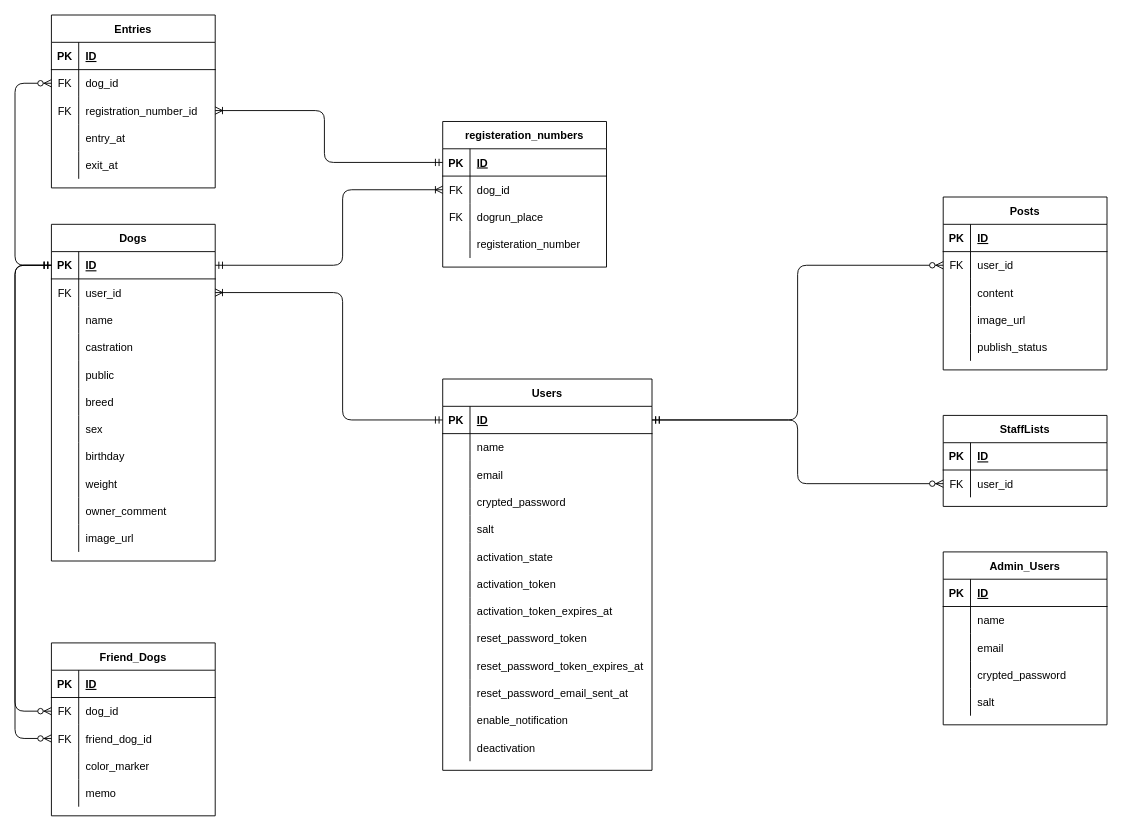
Earlier version of the draw.io diagram ER_diagram.drawio (Kedaruma-Bond/dogrun_connect_app). Source tidied: cells renumbered, new cells numbered last; positions are measured from the earlier drawing's top-left corner, leaving out a move shared by most shapes. Both pictures are drawn from the tidied source at 91%, with x=0, y=0 at pixel (15, 15).
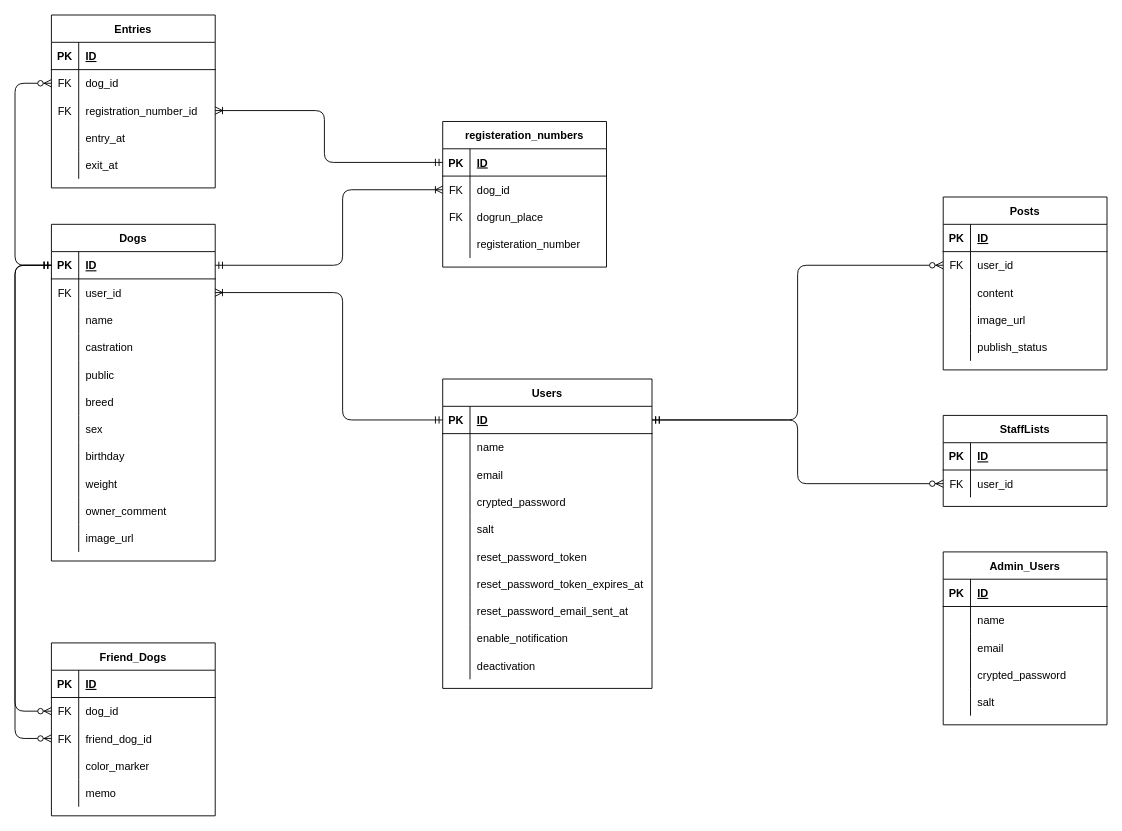
The same diagram, later.

Diff of the diagram source:
```diff
@@
     <mxCell id="18" value="Users" style="shape=table;startSize=30;childLayout=tableLayout;rowLines=0;fontStyle=1;align=center;" parent="1" vertex="1">
-      <mxGeometry x="470" y="400" width="230" height="430" as="geometry" />
+      <mxGeometry x="470" y="400" width="230" height="340" as="geometry" />
     </mxCell>
@@
-    <mxCell id="34" style="shape=partialRectangle;fillColor=none;top=0;left=0;bottom=0;right=0;" parent="18" vertex="1">
-      <mxGeometry y="180" width="230" height="30" as="geometry" />
-    </mxCell>
-    <mxCell id="35" style="shape=partialRectangle;fillColor=none;top=0;left=0;bottom=0;right=0;overflow=hidden;" parent="34" vertex="1">
-      <mxGeometry width="30" height="30" as="geometry" />
-    </mxCell>
-    <mxCell id="36" value="activation_state" style="shape=partialRectangle;fillColor=none;top=0;left=0;bottom=0;right=0;align=left;spacingLeft=6;overflow=hidden;" parent="34" vertex="1">
-      <mxGeometry x="30" width="200" height="30" as="geometry" />
-    </mxCell>
-    <mxCell id="37" style="shape=partialRectangle;fillColor=none;top=0;left=0;bottom=0;right=0;" parent="18" vertex="1">
-      <mxGeometry y="210" width="230" height="30" as="geometry" />
-    </mxCell>
-    <mxCell id="38" style="shape=partialRectangle;fillColor=none;top=0;left=0;bottom=0;right=0;overflow=hidden;" parent="37" vertex="1">
-      <mxGeometry width="30" height="30" as="geometry" />
-    </mxCell>
-    <mxCell id="39" value="activation_token" style="shape=partialRectangle;fillColor=none;top=0;left=0;bottom=0;right=0;align=left;spacingLeft=6;overflow=hidden;" parent="37" vertex="1">
-      <mxGeometry x="30" width="200" height="30" as="geometry" />
-    </mxCell>
-    <mxCell id="40" style="shape=partialRectangle;fillColor=none;top=0;left=0;bottom=0;right=0;" parent="18" vertex="1">
-      <mxGeometry y="240" width="230" height="30" as="geometry" />
-    </mxCell>
-    <mxCell id="41" style="shape=partialRectangle;fillColor=none;top=0;left=0;bottom=0;right=0;overflow=hidden;" parent="40" vertex="1">
-      <mxGeometry width="30" height="30" as="geometry" />
-    </mxCell>
-    <mxCell id="42" value="activation_token_expires_at" style="shape=partialRectangle;fillColor=none;top=0;left=0;bottom=0;right=0;align=left;spacingLeft=6;overflow=hidden;" parent="40" vertex="1">
-      <mxGeometry x="30" width="200" height="30" as="geometry" />
-    </mxCell>
     <mxCell id="43" style="shape=partialRectangle;fillColor=none;top=0;left=0;bottom=0;right=0;" parent="18" vertex="1">
-      <mxGeometry y="270" width="230" height="30" as="geometry" />
+      <mxGeometry y="180" width="230" height="30" as="geometry" />
     </mxCell>
@@
     <mxCell id="46" style="shape=partialRectangle;fillColor=none;top=0;left=0;bottom=0;right=0;" parent="18" vertex="1">
-      <mxGeometry y="300" width="230" height="30" as="geometry" />
+      <mxGeometry y="210" width="230" height="30" as="geometry" />
     </mxCell>
@@
     <mxCell id="49" style="shape=partialRectangle;fillColor=none;top=0;left=0;bottom=0;right=0;" parent="18" vertex="1">
-      <mxGeometry y="330" width="230" height="30" as="geometry" />
+      <mxGeometry y="240" width="230" height="30" as="geometry" />
     </mxCell>
@@
     <mxCell id="52" style="shape=partialRectangle;fillColor=none;top=0;left=0;bottom=0;right=0;" parent="18" vertex="1">
-      <mxGeometry y="360" width="230" height="30" as="geometry" />
+      <mxGeometry y="270" width="230" height="30" as="geometry" />
     </mxCell>
@@
     <mxCell id="55" style="shape=partialRectangle;fillColor=none;top=0;left=0;bottom=0;right=0;" parent="18" vertex="1">
-      <mxGeometry y="390" width="230" height="30" as="geometry" />
+      <mxGeometry y="300" width="230" height="30" as="geometry" />
     </mxCell>
```
